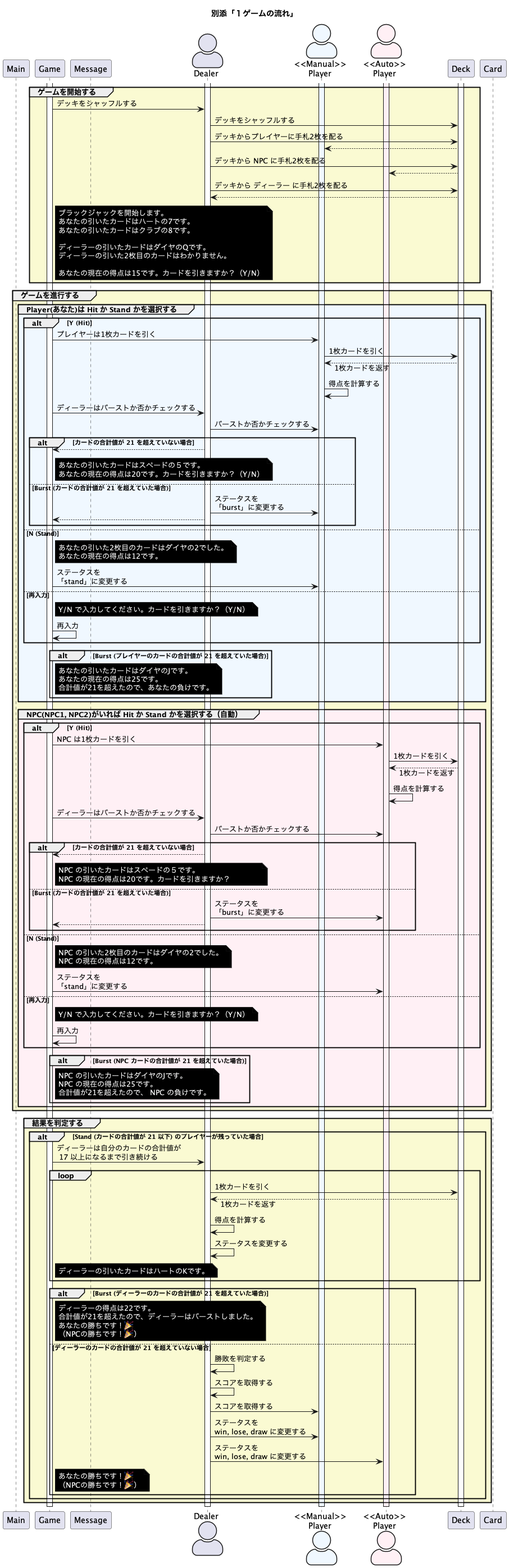
Before: out/docs/sequence_one_game/Blackjack.png, a diagram exported from PlantUML (ryamate/php-oop-cli-blackjack).
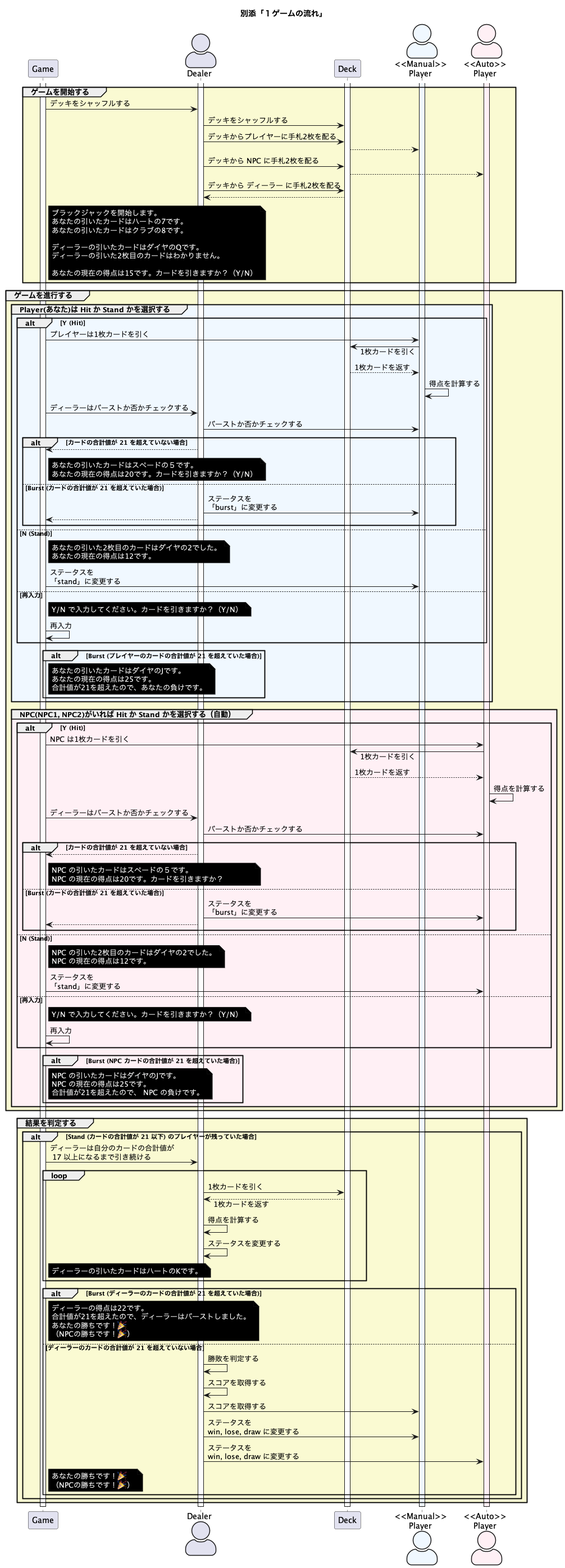
After the change.

What changed in the source:
```diff
@@ -5,14 +5,11 @@
 skinparam responseMessageBelowArrow true
 skinparam actorStyle awesome
 
-participant Main order 10
 participant Game order 20
-participant Message order 30
-actor Dealer order 40
+actor Dealer order 30
+participant Deck order 40
 actor "<<Manual>>\nPlayer" as mp order 50 #AliceBlue
 actor "<<Auto>>\nPlayer" as ap order 60 #LavenderBlush
-participant Deck order 70
-participant Card order 80
 
 group #LightGoldenRodYellow ゲームを開始する
   Game -> Dealer : デッキをシャッフルする
```
